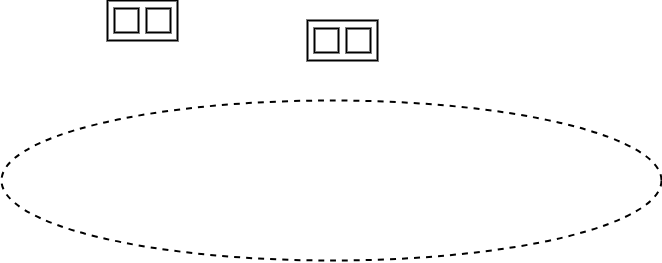
Above: 名称未設定ファイル.drawio.png in Creammilky/draw.io (draw.io), before the change. Source tidied: cells renumbered, new cells last; positions are measured from the earlier drawing's top-left corner, leaving out a move shared by most shapes. The source it was exported from:
```xml
<mxGraphModel>
  <root>
    <mxCell id="0" />
    <mxCell id="1" parent="0" />
    <mxCell id="2" style="ellipse;whiteSpace=wrap;html=1;dashed=1;strokeWidth=2;fillStyle=hatch;fillColor=default;gradientColor=none;" parent="1" vertex="1">
      <mxGeometry y="100" width="660" height="160" as="geometry" />
    </mxCell>
    <mxCell id="3" style="rounded=0;whiteSpace=wrap;html=1;strokeWidth=2;" parent="1" vertex="1">
      <mxGeometry x="106" width="70" height="40" as="geometry" />
    </mxCell>
    <mxCell id="4" style="whiteSpace=wrap;html=1;strokeWidth=2;" parent="1" vertex="1">
      <mxGeometry x="113" y="8" width="24" height="24" as="geometry" />
    </mxCell>
    <mxCell id="5" style="whiteSpace=wrap;html=1;strokeWidth=2;" parent="1" vertex="1">
      <mxGeometry x="145" y="8" width="24" height="24" as="geometry" />
    </mxCell>
    <mxCell id="6" style="rounded=0;whiteSpace=wrap;html=1;strokeWidth=2;" parent="1" vertex="1">
      <mxGeometry x="306" y="20" width="70" height="40" as="geometry" />
    </mxCell>
    <mxCell id="7" style="whiteSpace=wrap;html=1;strokeWidth=2;" parent="1" vertex="1">
      <mxGeometry x="313" y="28" width="24" height="24" as="geometry" />
    </mxCell>
    <mxCell id="8" style="whiteSpace=wrap;html=1;strokeWidth=2;" parent="1" vertex="1">
      <mxGeometry x="345" y="28" width="24" height="24" as="geometry" />
    </mxCell>
  </root>
</mxGraphModel>
```
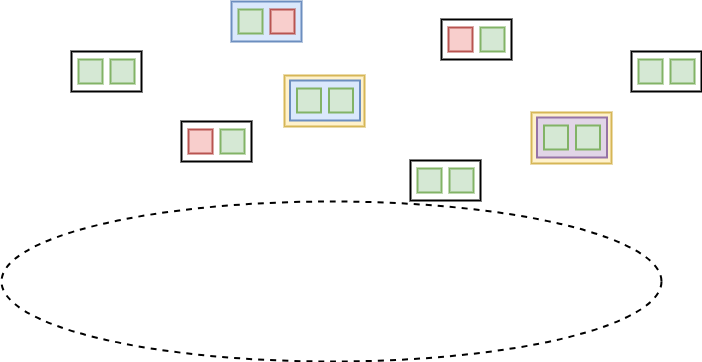
Above is the later version.

Commit message:
iot_topology

Change to the diagram source:
```diff
@@ -2,26 +2,86 @@
   <root>
     <mxCell id="0" />
     <mxCell id="1" parent="0" />
+    <mxCell id="9" style="rounded=0;whiteSpace=wrap;html=1;strokeWidth=2;fillStyle=auto;labelBackgroundColor=none;strokeColor=#d6b656;fillColor=#fff2cc;" parent="1" vertex="1">
+      <mxGeometry x="249" y="154" width="80" height="51" as="geometry" />
+    </mxCell>
     <mxCell id="2" style="ellipse;whiteSpace=wrap;html=1;dashed=1;strokeWidth=2;fillStyle=hatch;fillColor=default;gradientColor=none;" parent="1" vertex="1">
-      <mxGeometry y="100" width="660" height="160" as="geometry" />
+      <mxGeometry x="-34" y="280" width="660" height="160" as="geometry" />
     </mxCell>
     <mxCell id="3" style="rounded=0;whiteSpace=wrap;html=1;strokeWidth=2;" parent="1" vertex="1">
-      <mxGeometry x="106" width="70" height="40" as="geometry" />
+      <mxGeometry x="36" y="130" width="70" height="40" as="geometry" />
     </mxCell>
-    <mxCell id="4" style="whiteSpace=wrap;html=1;strokeWidth=2;" parent="1" vertex="1">
-      <mxGeometry x="113" y="8" width="24" height="24" as="geometry" />
+    <mxCell id="4" style="whiteSpace=wrap;html=1;strokeWidth=2;fillColor=#d5e8d4;strokeColor=#82b366;" parent="1" vertex="1">
+      <mxGeometry x="43" y="138" width="24" height="24" as="geometry" />
     </mxCell>
-    <mxCell id="5" style="whiteSpace=wrap;html=1;strokeWidth=2;" parent="1" vertex="1">
-      <mxGeometry x="145" y="8" width="24" height="24" as="geometry" />
+    <mxCell id="5" style="whiteSpace=wrap;html=1;strokeWidth=2;fillColor=#d5e8d4;strokeColor=#82b366;" parent="1" vertex="1">
+      <mxGeometry x="75" y="138" width="24" height="24" as="geometry" />
     </mxCell>
     <mxCell id="6" style="rounded=0;whiteSpace=wrap;html=1;strokeWidth=2;" parent="1" vertex="1">
-      <mxGeometry x="306" y="20" width="70" height="40" as="geometry" />
+      <mxGeometry x="146" y="200" width="70" height="40" as="geometry" />
     </mxCell>
-    <mxCell id="7" style="whiteSpace=wrap;html=1;strokeWidth=2;" parent="1" vertex="1">
-      <mxGeometry x="313" y="28" width="24" height="24" as="geometry" />
+    <mxCell id="7" style="whiteSpace=wrap;html=1;strokeWidth=2;fillColor=#f8cecc;strokeColor=#b85450;" parent="1" vertex="1">
+      <mxGeometry x="153" y="208" width="24" height="24" as="geometry" />
     </mxCell>
-    <mxCell id="8" style="whiteSpace=wrap;html=1;strokeWidth=2;" parent="1" vertex="1">
-      <mxGeometry x="345" y="28" width="24" height="24" as="geometry" />
+    <mxCell id="8" style="whiteSpace=wrap;html=1;strokeWidth=2;fillColor=#d5e8d4;strokeColor=#82b366;" parent="1" vertex="1">
+      <mxGeometry x="185" y="208" width="24" height="24" as="geometry" />
     </mxCell>
+    <mxCell id="10" style="rounded=0;whiteSpace=wrap;html=1;strokeWidth=2;fillColor=#dae8fc;strokeColor=#6c8ebf;" parent="1" vertex="1">
+      <mxGeometry x="196" y="80" width="70" height="40" as="geometry" />
+    </mxCell>
+    <mxCell id="11" style="whiteSpace=wrap;html=1;strokeWidth=2;fillColor=#d5e8d4;strokeColor=#82b366;" parent="1" vertex="1">
+      <mxGeometry x="203" y="88" width="24" height="24" as="geometry" />
+    </mxCell>
+    <mxCell id="12" style="whiteSpace=wrap;html=1;strokeWidth=2;fillColor=#f8cecc;strokeColor=#b85450;" parent="1" vertex="1">
+      <mxGeometry x="235" y="88" width="24" height="24" as="geometry" />
+    </mxCell>
+    <mxCell id="13" style="rounded=0;whiteSpace=wrap;html=1;strokeWidth=2;fillColor=#dae8fc;strokeColor=#6c8ebf;" parent="1" vertex="1">
+      <mxGeometry x="254.5" y="159" width="70" height="40" as="geometry" />
+    </mxCell>
+    <mxCell id="14" style="whiteSpace=wrap;html=1;strokeWidth=2;fillColor=#d5e8d4;strokeColor=#82b366;" parent="1" vertex="1">
+      <mxGeometry x="261.5" y="167" width="24" height="24" as="geometry" />
+    </mxCell>
+    <mxCell id="15" style="whiteSpace=wrap;html=1;strokeWidth=2;fillColor=#d5e8d4;strokeColor=#82b366;" parent="1" vertex="1">
+      <mxGeometry x="293.5" y="167" width="24" height="24" as="geometry" />
+    </mxCell>
+    <mxCell id="16" style="rounded=0;whiteSpace=wrap;html=1;strokeWidth=2;" parent="1" vertex="1">
+      <mxGeometry x="406" y="98" width="70" height="40" as="geometry" />
+    </mxCell>
+    <mxCell id="17" style="whiteSpace=wrap;html=1;strokeWidth=2;fillColor=#f8cecc;strokeColor=#b85450;" parent="1" vertex="1">
+      <mxGeometry x="413" y="106" width="24" height="24" as="geometry" />
+    </mxCell>
+    <mxCell id="18" style="whiteSpace=wrap;html=1;strokeWidth=2;fillColor=#d5e8d4;strokeColor=#82b366;" parent="1" vertex="1">
+      <mxGeometry x="445" y="106" width="24" height="24" as="geometry" />
+    </mxCell>
+    <mxCell id="19" style="rounded=0;whiteSpace=wrap;html=1;strokeWidth=2;" parent="1" vertex="1">
+      <mxGeometry x="375" y="239" width="70" height="40" as="geometry" />
+    </mxCell>
+    <mxCell id="20" style="whiteSpace=wrap;html=1;strokeWidth=2;fillColor=#d5e8d4;strokeColor=#82b366;" parent="1" vertex="1">
+      <mxGeometry x="382" y="247" width="24" height="24" as="geometry" />
+    </mxCell>
+    <mxCell id="21" style="whiteSpace=wrap;html=1;strokeWidth=2;fillColor=#d5e8d4;strokeColor=#82b366;" parent="1" vertex="1">
+      <mxGeometry x="414" y="247" width="24" height="24" as="geometry" />
+    </mxCell>
+    <mxCell id="22" style="rounded=0;whiteSpace=wrap;html=1;strokeWidth=2;" parent="1" vertex="1">
+      <mxGeometry x="596" y="130" width="70" height="40" as="geometry" />
+    </mxCell>
+    <mxCell id="23" style="whiteSpace=wrap;html=1;strokeWidth=2;fillColor=#d5e8d4;strokeColor=#82b366;" parent="1" vertex="1">
+      <mxGeometry x="603" y="138" width="24" height="24" as="geometry" />
+    </mxCell>
+    <mxCell id="24" style="whiteSpace=wrap;html=1;strokeWidth=2;fillColor=#d5e8d4;strokeColor=#82b366;" parent="1" vertex="1">
+      <mxGeometry x="635" y="138" width="24" height="24" as="geometry" />
+    </mxCell>
+    <mxCell id="25" style="rounded=0;whiteSpace=wrap;html=1;strokeWidth=2;fillStyle=auto;labelBackgroundColor=none;strokeColor=#d6b656;fillColor=#fff2cc;" parent="1" vertex="1">
+      <mxGeometry x="496" y="191" width="80" height="51" as="geometry" />
+    </mxCell>
+    <mxCell id="26" style="rounded=0;whiteSpace=wrap;html=1;strokeWidth=2;fillColor=#e1d5e7;strokeColor=#9673a6;" parent="1" vertex="1">
+      <mxGeometry x="501.5" y="196" width="70" height="40" as="geometry" />
+    </mxCell>
+    <mxCell id="27" style="whiteSpace=wrap;html=1;strokeWidth=2;fillColor=#d5e8d4;strokeColor=#82b366;" parent="1" vertex="1">
+      <mxGeometry x="508.5" y="204" width="24" height="24" as="geometry" />
+    </mxCell>
+    <mxCell id="28" style="whiteSpace=wrap;html=1;strokeWidth=2;fillColor=#d5e8d4;strokeColor=#82b366;" parent="1" vertex="1">
+      <mxGeometry x="540.5" y="204" width="24" height="24" as="geometry" />
+    </mxCell>
   </root>
 </mxGraphModel>
```
